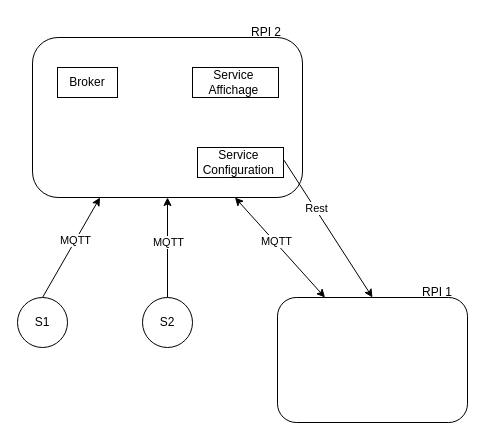
AdamOmv/LPIOTIA2023_ResilienceEnergy keeps this draw.io diagram as Définition Projet/Architecture_Logiciel.drawio. Above is the earlier version. Source tidied: cells renumbered, new cells numbered last; positions are measured from the earlier drawing's top-left corner, leaving out a move shared by most shapes. Both pictures are drawn from the tidied source at 100%, with x=0, y=0 at pixel (17, 17).
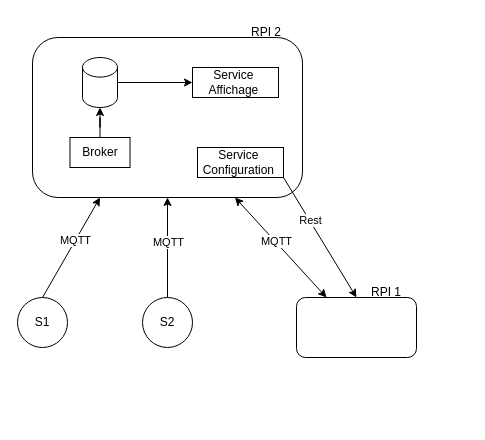
The same diagram, later.

The change refers to these unchanged cells:
```xml
<mxCell id="17" value="Service&amp;nbsp;&lt;br&gt;Configuration&amp;nbsp;" style="rounded=0;whiteSpace=wrap;html=1;" parent="1" vertex="1">
  <mxGeometry x="180" y="130" width="86" height="30" as="geometry" />
</mxCell>
<mxCell id="18" value="Service&amp;nbsp;&lt;br&gt;Affichage&amp;nbsp;" style="rounded=0;whiteSpace=wrap;html=1;" parent="1" vertex="1">
  <mxGeometry x="175" y="50" width="86" height="30" as="geometry" />
</mxCell>
```

What changed in the source:
```diff
@@
     <mxCell id="12" style="rounded=1;whiteSpace=wrap;html=1;" parent="1" vertex="1">
-      <mxGeometry x="260" y="280" width="190" height="125" as="geometry" />
+      <mxGeometry x="279" y="280" width="120" height="60" as="geometry" />
     </mxCell>
     <mxCell id="13" value="RPI 1" style="text;html=1;strokeColor=none;fillColor=none;align=center;verticalAlign=middle;whiteSpace=wrap;rounded=0;" parent="1" vertex="1">
-      <mxGeometry x="390" y="260" width="60" height="30" as="geometry" />
+      <mxGeometry x="339" y="260" width="60" height="30" as="geometry" />
     </mxCell>
+    <mxCell id="19" style="edgeStyle=orthogonalEdgeStyle;rounded=0;jettySize=auto;html=1;exitX=0.5;exitY=0;exitDx=0;exitDy=0;" parent="1" edge="1" source="14" target="21">
+      <mxGeometry relative="1" as="geometry" />
+    </mxCell>
     <mxCell id="14" value="Broker" style="rounded=0;whiteSpace=wrap;html=1;" parent="1" vertex="1">
-      <mxGeometry x="40" y="50" width="60" height="30" as="geometry" />
+      <mxGeometry x="52.5" y="120" width="60" height="30" as="geometry" />
     </mxCell>
-    <mxCell id="15" style="edgeStyle=none;rounded=0;jettySize=auto;html=1;entryX=0.5;entryY=0;entryDx=0;entryDy=0;startArrow=none;startFill=0;elbow=vertical;exitX=1.005;exitY=0.42;exitDx=0;exitDy=0;exitPerimeter=0;" parent="1" edge="1" source="17" target="12">
+    <mxCell id="15" style="edgeStyle=none;rounded=0;jettySize=auto;html=1;entryX=0.5;entryY=0;entryDx=0;entryDy=0;startArrow=none;startFill=0;elbow=vertical;exitX=1;exitY=1;exitDx=0;exitDy=0;" parent="1" edge="1" source="17" target="12">
       <mxGeometry relative="1" as="geometry" />
     </mxCell>
@@
+    <mxCell id="20" style="edgeStyle=orthogonalEdgeStyle;rounded=0;jettySize=auto;html=1;entryX=0;entryY=0.5;entryDx=0;entryDy=0;" parent="1" edge="1" source="21" target="18">
+      <mxGeometry relative="1" as="geometry" />
+    </mxCell>
+    <mxCell id="21" style="shape=cylinder3;whiteSpace=wrap;html=1;boundedLbl=1;backgroundOutline=1;size=9.799999999999955;" parent="1" vertex="1">
+      <mxGeometry x="65" y="40" width="35" height="50" as="geometry" />
+    </mxCell>
```
